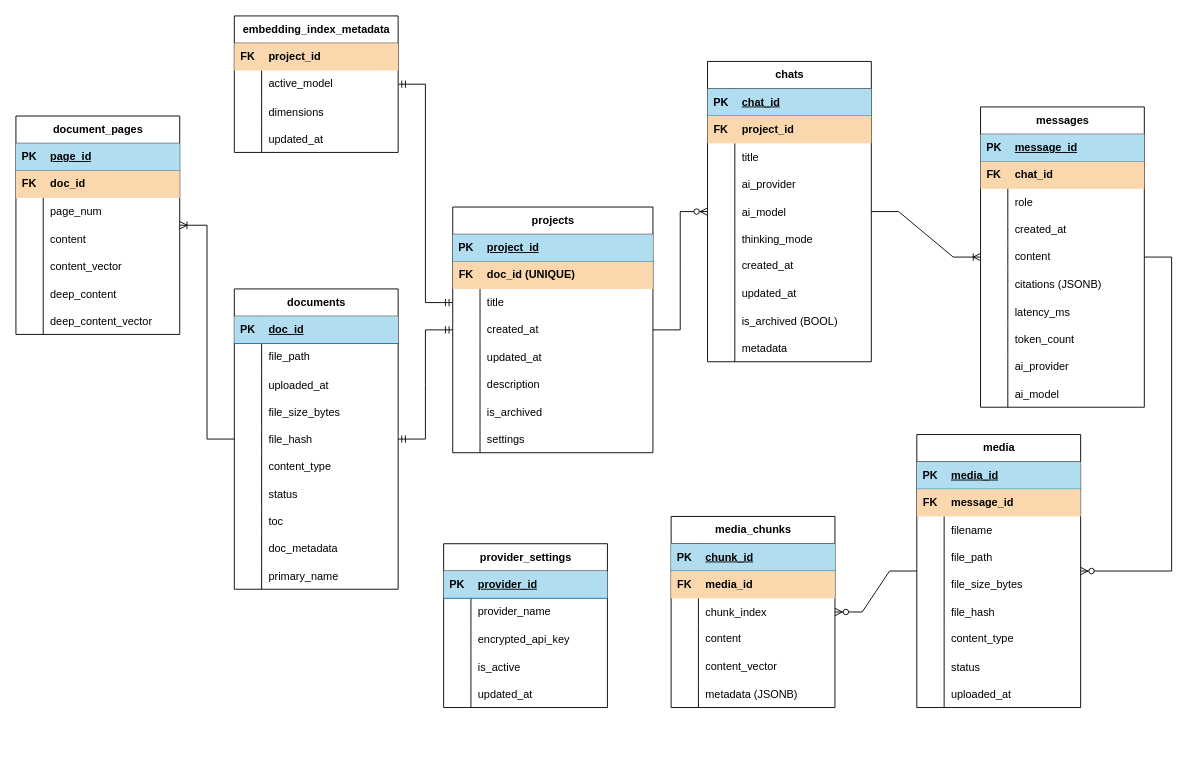
Before: docs/cognidocent_db.drawio in AbduAlrimali/CogniDocent, a draw.io diagram. Source tidied: cells renumbered, new cells numbered last; positions are measured from the earlier drawing's top-left corner, leaving out a move shared by most shapes. Both pictures are drawn from the tidied source at 91%, with x=0, y=0 at pixel (15, 15).
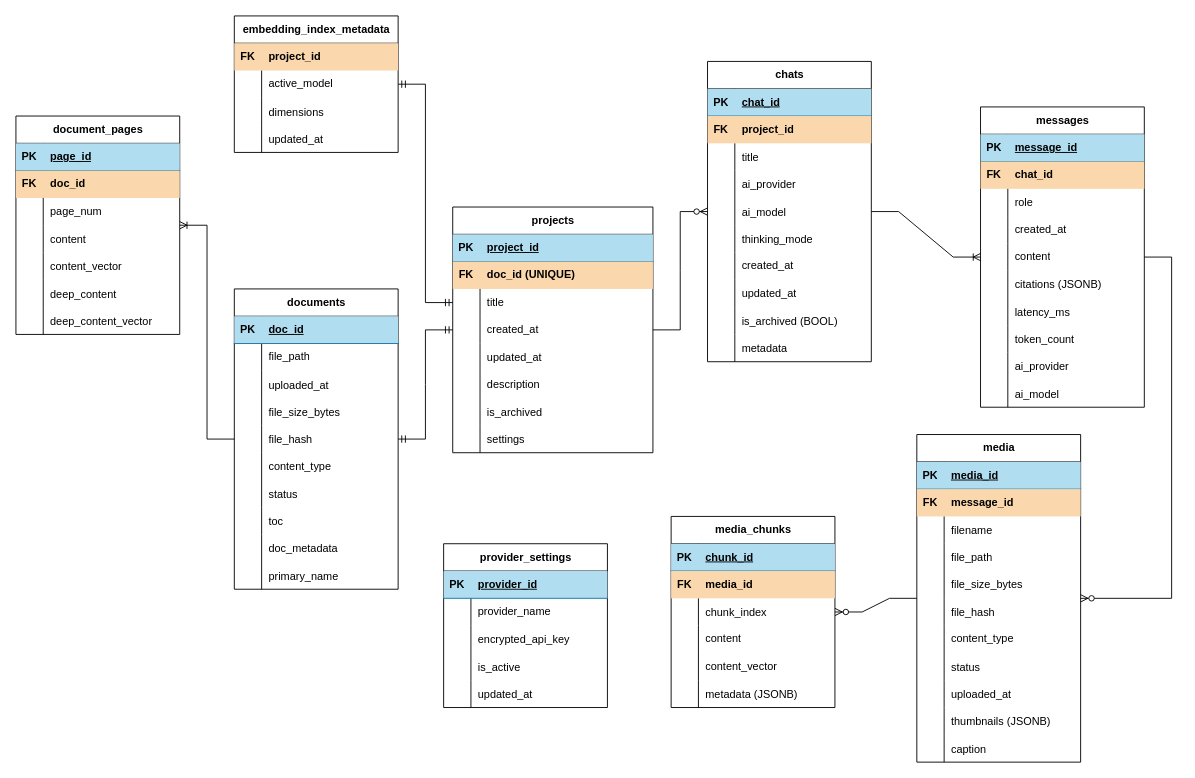
The same page after the edit.

The edit, as a diff of the source:
```diff
@@
     <mxCell id="64" value="media" style="shape=table;startSize=30;childLayout=tableLayout;rowLines=0;fontStyle=1;align=center;html=1;" parent="1" vertex="1">
-      <mxGeometry x="990" y="460" width="180" height="300" as="geometry" />
+      <mxGeometry x="990" y="460" width="180" height="360" as="geometry" />
     </mxCell>
@@
+    <mxCell id="225" style="shape=tableRow;horizontal=0;startSize=0;swimlaneHead=0;swimlaneBody=0;fillColor=none;top=0;left=0;right=0;bottom=0;" parent="64" vertex="1">
+      <mxGeometry y="300" width="180" height="30" as="geometry" />
+    </mxCell>
+    <mxCell id="226" style="shape=partialRectangle;fillColor=none;top=0;left=0;bottom=0;right=0;overflow=hidden;" parent="225" vertex="1">
+      <mxGeometry width="30" height="30" as="geometry" />
+    </mxCell>
+    <mxCell id="227" value="thumbnails (JSONB)" style="shape=partialRectangle;fillColor=none;top=0;left=0;bottom=0;right=0;align=left;spacingLeft=6;overflow=hidden;" parent="225" vertex="1">
+      <mxGeometry x="30" width="150" height="30" as="geometry" />
+    </mxCell>
+    <mxCell id="228" style="shape=tableRow;horizontal=0;startSize=0;swimlaneHead=0;swimlaneBody=0;fillColor=none;top=0;left=0;right=0;bottom=0;" parent="64" vertex="1">
+      <mxGeometry y="330" width="180" height="30" as="geometry" />
+    </mxCell>
+    <mxCell id="229" style="shape=partialRectangle;fillColor=none;top=0;left=0;bottom=0;right=0;overflow=hidden;" parent="228" vertex="1">
+      <mxGeometry width="30" height="30" as="geometry" />
+    </mxCell>
+    <mxCell id="230" value="caption" style="shape=partialRectangle;fillColor=none;top=0;left=0;bottom=0;right=0;align=left;spacingLeft=6;overflow=hidden;" parent="228" vertex="1">
+      <mxGeometry x="30" width="150" height="30" as="geometry" />
+    </mxCell>
```
